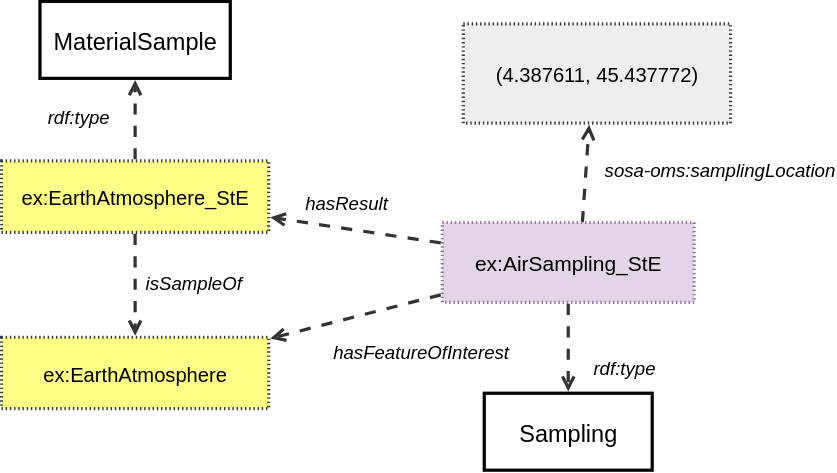
w3c/sdw-sosa-ssn keeps this draw.io diagram as ssn/images/LocatedSampling.svg. Above is the earlier version. Source tidied: cells renumbered, new cells last; positions are measured from the earlier drawing's top-left corner, leaving out a move shared by most shapes.
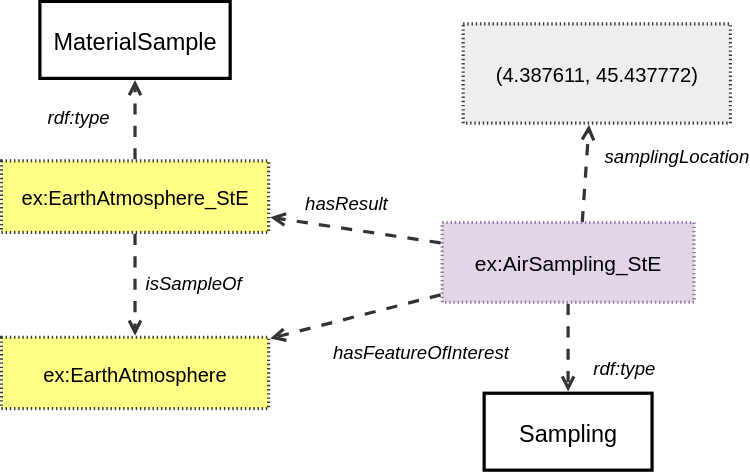
After the commit.

What changed in the source:
```diff
@@ -20,8 +20,8 @@
     <mxCell id="7" style="html=1;jettySize=18;whiteSpace=wrap;fontSize=13;strokeColor=#333333;strokeOpacity=100;dashed=1;fixDash=1;dashPattern=8 8;strokeWidth=2.3;rounded=0;startArrow=none;endArrow=open;exitX=0.55;exitY=0.278;exitPerimeter=0;entryX=0.471;entryY=1.016;entryPerimeter=0;lucidId=A-tLJ03LX-C-;fontColor=default;convertToSvg=1;fontFamily=Helvetica;" parent="1" edge="1" source="12" target="6">
       <mxGeometry relative="1" as="geometry" />
     </mxCell>
-    <mxCell id="8" value="sosa-oms:samplingLocation" style="html=1;overflow=block;blockSpacing=1;whiteSpace=wrap;fontSize=13.3;fontStyle=2;align=left;spacing=3.8;verticalAlign=top;strokeColor=none;fillOpacity=0;fillColor=#ffffff;dashed=1;fixDash=1;dashPattern=16 6;strokeWidth=0;lucidId=A-tLXsr12cKE;fontColor=default;convertToSvg=1;fontFamily=Helvetica;" parent="1" vertex="1">
-      <mxGeometry x="428" y="110" width="101" height="24" as="geometry" />
+    <mxCell id="8" value="samplingLocation" style="html=1;overflow=block;blockSpacing=1;whiteSpace=wrap;fontSize=13.3;fontStyle=2;align=left;spacing=3.8;verticalAlign=top;strokeColor=none;fillOpacity=0;fillColor=#ffffff;dashed=1;fixDash=1;dashPattern=16 6;strokeWidth=0;lucidId=A-tLXsr12cKE;fontColor=default;convertToSvg=1;fontFamily=Helvetica;" parent="1" vertex="1">
+      <mxGeometry x="428" y="100" width="101" height="24" as="geometry" />
     </mxCell>
     <mxCell id="9" value="&lt;font&gt;ex:EarthAtmosphere&lt;/font&gt;" style="html=1;overflow=block;blockSpacing=1;whiteSpace=wrap;fontSize=14.4;fontFamily=Helvetica;align=center;spacing=0;strokeOpacity=100;fillOpacity=100;fillColor=#ffff88;dashed=1;fixDash=1;dashPattern=1 2;strokeWidth=2.3;convertToSvg=1;strokeColor=#36393d;" parent="1" vertex="1">
       <mxGeometry y="240" width="191" height="51" as="geometry" />
```
